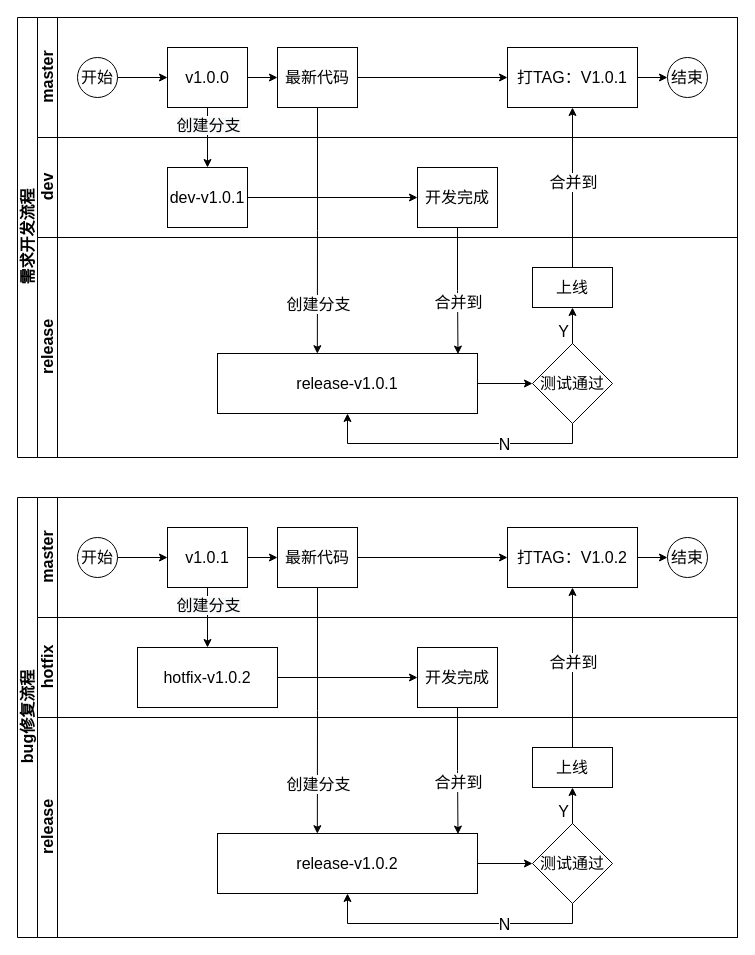
Earlier version of the draw.io diagram page "git分支使用规范" (1 of 3) of 研发规范.drawio (aspojo/diagrams). Source tidied: cells renumbered, new cells numbered last; positions are measured from the earlier drawing's top-left corner, leaving out a move shared by most shapes. Both pictures are drawn from the tidied source at 100%, with x=0, y=0 at pixel (17, 17).
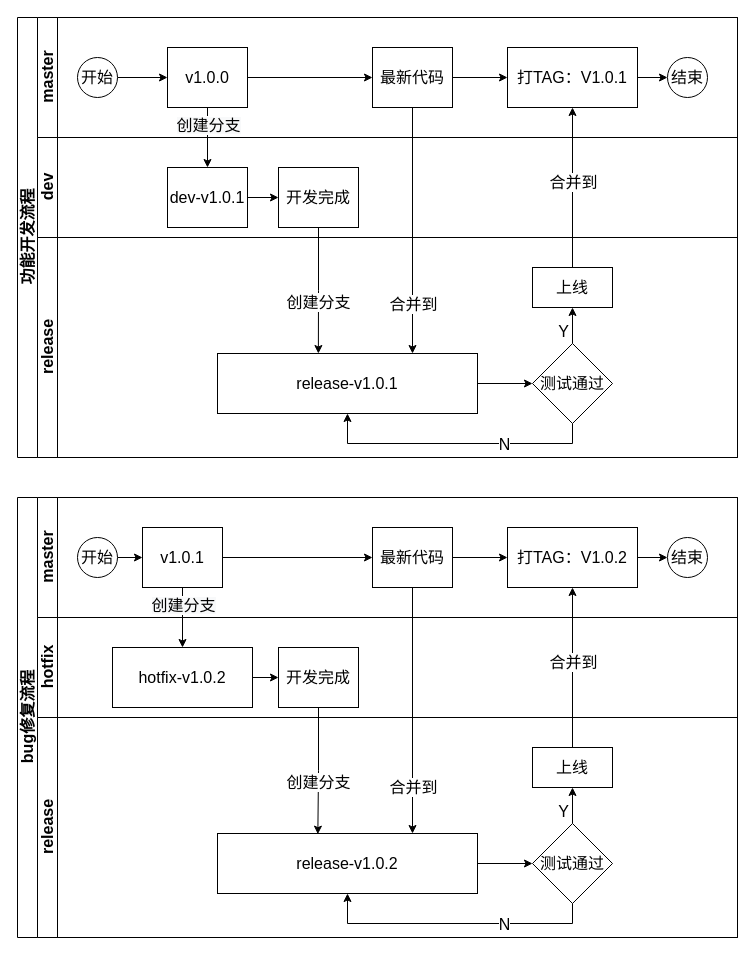
Above is the later version.

Commit message:
更新研发规范.drawio

Unchanged cells that the change refers to:
```xml
<mxCell id="3" value="master" style="swimlane;html=1;startSize=20;horizontal=0;fontSize=16;" parent="2" vertex="1">
  <mxGeometry x="20" width="700" height="120" as="geometry" />
</mxCell>
<mxCell id="13" value="dev" style="swimlane;html=1;startSize=20;horizontal=0;fontSize=16;" parent="2" vertex="1">
  <mxGeometry x="20" y="120" width="700" height="100" as="geometry" />
</mxCell>
<mxCell id="18" value="release-v1.0.1" style="rounded=0;whiteSpace=wrap;html=1;fontFamily=Helvetica;fontSize=16;fontColor=#000000;align=center;" parent="17" vertex="1">
  <mxGeometry x="180" y="116" width="260" height="60" as="geometry" />
</mxCell>
<mxCell id="34" value="bug修复流程" style="swimlane;html=1;horizontal=0;startSize=20;fontSize=16;" parent="1" vertex="1">
  <mxGeometry y="480" width="720" height="440" as="geometry" />
</mxCell>
<mxCell id="35" value="master" style="swimlane;html=1;startSize=20;horizontal=0;fontSize=16;" parent="34" vertex="1">
  <mxGeometry x="20" width="700" height="120" as="geometry" />
</mxCell>
<mxCell id="45" value="hotfix" style="swimlane;html=1;startSize=20;horizontal=0;fontSize=16;" parent="34" vertex="1">
  <mxGeometry x="20" y="120" width="700" height="100" as="geometry" />
</mxCell>
<mxCell id="50" value="release-v1.0.2" style="rounded=0;whiteSpace=wrap;html=1;fontFamily=Helvetica;fontSize=16;fontColor=#000000;align=center;" parent="49" vertex="1">
  <mxGeometry x="180" y="116" width="260" height="60" as="geometry" />
</mxCell>
```

Change to the diagram source:
```diff
@@
-    <mxCell id="2" value="需求开发流程" style="swimlane;html=1;horizontal=0;startSize=20;fontSize=16;" parent="1" vertex="1">
+    <mxCell id="2" value="功能开发流程" style="swimlane;html=1;horizontal=0;startSize=20;fontSize=16;" parent="1" vertex="1">
       <mxGeometry width="720" height="440" as="geometry" />
     </mxCell>
@@
     <mxCell id="12" value="最新代码" style="rounded=0;whiteSpace=wrap;html=1;fontFamily=Helvetica;fontSize=16;fontColor=#000000;align=center;" parent="3" vertex="1">
-      <mxGeometry x="240" y="30" width="80" height="60" as="geometry" />
+      <mxGeometry x="335" y="30" width="80" height="60" as="geometry" />
     </mxCell>
@@
     <mxCell id="16" value="开发完成" style="rounded=0;whiteSpace=wrap;html=1;fontFamily=Helvetica;fontSize=16;fontColor=#000000;align=center;" parent="13" vertex="1">
-      <mxGeometry x="380" y="30" width="80" height="60" as="geometry" />
+      <mxGeometry x="241" y="30" width="80" height="60" as="geometry" />
     </mxCell>
@@
-    <mxCell id="28" style="edgeStyle=orthogonalEdgeStyle;rounded=0;jettySize=auto;html=1;fontSize=16;exitX=0.5;exitY=1;exitDx=0;exitDy=0;entryX=0.925;entryY=0.01;entryDx=0;entryDy=0;entryPerimeter=0;" parent="2" edge="1" source="16" target="18">
+    <mxCell id="28" style="edgeStyle=orthogonalEdgeStyle;rounded=0;jettySize=auto;html=1;fontSize=16;exitX=0.5;exitY=1;exitDx=0;exitDy=0;entryX=0.388;entryY=0;entryDx=0;entryDy=0;entryPerimeter=0;" parent="2" edge="1" source="16" target="18">
       <mxGeometry relative="1" as="geometry" />
     </mxCell>
-    <mxCell id="29" value="合并到" style="edgeLabel;html=1;align=center;verticalAlign=middle;fontSize=16;" parent="28" vertex="1">
+    <mxCell id="29" value="创建分支" style="edgeLabel;html=1;align=center;verticalAlign=middle;fontSize=16;" parent="28" vertex="1">
       <mxGeometry x="0.23" relative="1" as="geometry">
         <mxPoint y="-3" as="offset" />
       </mxGeometry>
     </mxCell>
-    <mxCell id="30" style="edgeStyle=orthogonalEdgeStyle;rounded=0;jettySize=auto;html=1;fontSize=16;entryX=0.384;entryY=0.003;entryDx=0;entryDy=0;entryPerimeter=0;" parent="2" edge="1" source="12" target="18">
+    <mxCell id="30" style="edgeStyle=orthogonalEdgeStyle;rounded=0;jettySize=auto;html=1;fontSize=16;entryX=0.75;entryY=0;entryDx=0;entryDy=0;" parent="2" edge="1" source="12" target="18">
       <mxGeometry relative="1" as="geometry" />
     </mxCell>
-    <mxCell id="31" value="创建分支" style="edgeLabel;html=1;align=center;verticalAlign=middle;fontSize=16;" parent="30" vertex="1">
+    <mxCell id="31" value="合并到" style="edgeLabel;html=1;align=center;verticalAlign=middle;fontSize=16;" parent="30" vertex="1">
       <mxGeometry x="-0.88" y="1" relative="1" as="geometry">
         <mxPoint x="-1" y="181" as="offset" />
       </mxGeometry>
     </mxCell>
@@
     <mxCell id="39" value="v1.0.1" style="rounded=0;whiteSpace=wrap;html=1;fontFamily=Helvetica;fontSize=16;fontColor=#000000;align=center;" parent="35" vertex="1">
-      <mxGeometry x="130" y="30" width="80" height="60" as="geometry" />
+      <mxGeometry x="105" y="30" width="80" height="60" as="geometry" />
     </mxCell>
@@
     <mxCell id="44" value="最新代码" style="rounded=0;whiteSpace=wrap;html=1;fontFamily=Helvetica;fontSize=16;fontColor=#000000;align=center;" parent="35" vertex="1">
-      <mxGeometry x="240" y="30" width="80" height="60" as="geometry" />
+      <mxGeometry x="335" y="30" width="80" height="60" as="geometry" />
     </mxCell>
@@
     <mxCell id="47" value="hotfix-v1.0.2" style="rounded=0;whiteSpace=wrap;html=1;fontFamily=Helvetica;fontSize=16;fontColor=#000000;align=center;" parent="45" vertex="1">
-      <mxGeometry x="100" y="30" width="140" height="60" as="geometry" />
+      <mxGeometry x="75" y="30" width="140" height="60" as="geometry" />
     </mxCell>
     <mxCell id="48" value="开发完成" style="rounded=0;whiteSpace=wrap;html=1;fontFamily=Helvetica;fontSize=16;fontColor=#000000;align=center;" parent="45" vertex="1">
-      <mxGeometry x="380" y="30" width="80" height="60" as="geometry" />
+      <mxGeometry x="241" y="30" width="80" height="60" as="geometry" />
     </mxCell>
@@
-    <mxCell id="60" style="edgeStyle=orthogonalEdgeStyle;rounded=0;jettySize=auto;html=1;fontSize=16;exitX=0.5;exitY=1;exitDx=0;exitDy=0;entryX=0.925;entryY=0.01;entryDx=0;entryDy=0;entryPerimeter=0;" parent="34" edge="1" source="48" target="50">
+    <mxCell id="60" style="edgeStyle=orthogonalEdgeStyle;rounded=0;jettySize=auto;html=1;fontSize=16;exitX=0.5;exitY=1;exitDx=0;exitDy=0;entryX=0.386;entryY=0.011;entryDx=0;entryDy=0;entryPerimeter=0;" parent="34" edge="1" source="48" target="50">
       <mxGeometry relative="1" as="geometry" />
     </mxCell>
-    <mxCell id="61" value="合并到" style="edgeLabel;html=1;align=center;verticalAlign=middle;fontSize=16;" parent="60" vertex="1">
+    <mxCell id="61" value="创建分支" style="edgeLabel;html=1;align=center;verticalAlign=middle;fontSize=16;" parent="60" vertex="1">
       <mxGeometry x="0.23" relative="1" as="geometry">
         <mxPoint y="-3" as="offset" />
       </mxGeometry>
     </mxCell>
-    <mxCell id="62" style="edgeStyle=orthogonalEdgeStyle;rounded=0;jettySize=auto;html=1;fontSize=16;entryX=0.384;entryY=0.003;entryDx=0;entryDy=0;entryPerimeter=0;" parent="34" edge="1" source="44" target="50">
+    <mxCell id="62" style="edgeStyle=orthogonalEdgeStyle;rounded=0;jettySize=auto;html=1;fontSize=16;entryX=0.75;entryY=0;entryDx=0;entryDy=0;" parent="34" edge="1" source="44" target="50">
       <mxGeometry relative="1" as="geometry" />
     </mxCell>
-    <mxCell id="63" value="创建分支" style="edgeLabel;html=1;align=center;verticalAlign=middle;fontSize=16;" parent="62" vertex="1">
-      <mxGeometry x="-0.88" y="1" relative="1" as="geometry">
-        <mxPoint x="-1" y="181" as="offset" />
-      </mxGeometry>
-    </mxCell>
+    <mxCell id="66" value="&lt;font style=&quot;font-size: 16px;&quot;&gt;合并到&lt;/font&gt;" style="edgeLabel;html=1;align=center;verticalAlign=middle;" parent="62" vertex="1">
+      <mxGeometry x="0.62" relative="1" as="geometry" />
+    </mxCell>
```
